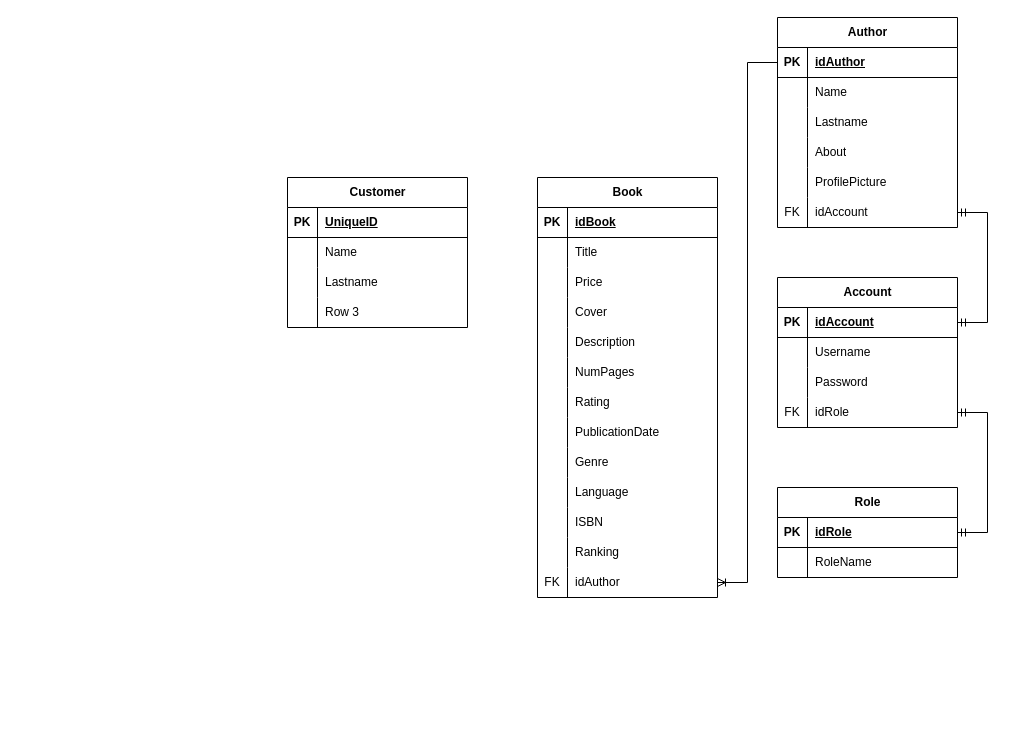
josueBarretogit/goApiBookstore keeps this draw.io diagram as docs/diagrams/bookStoreEntityRelation.drawio. Above is the earlier version. Source tidied: cells renumbered, new cells numbered last; positions are measured from the earlier drawing's top-left corner, leaving out a move shared by most shapes. Both pictures are drawn from the tidied source at 100%, with x=0, y=0 at pixel (287, 17).
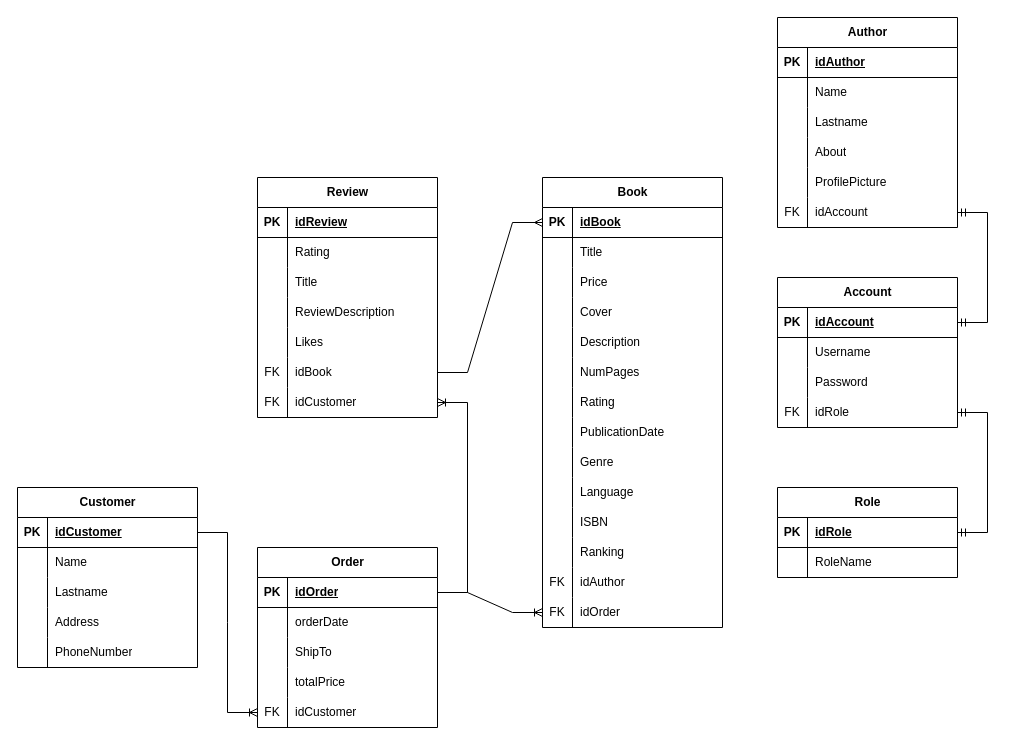
After the change.

Commit message:
Added tables order and review bookStoreEntityRelation.drawio

The change refers to these unchanged cells:
```xml
<mxCell id="3" style="shape=tableRow;horizontal=0;startSize=0;swimlaneHead=0;swimlaneBody=0;fillColor=none;points=[[0,0.5],[1,0.5]];portConstraint=eastwest;top=0;left=0;right=0;bottom=1;" parent="2" vertex="1">
  <mxGeometry y="30" width="180" height="30" as="geometry" />
</mxCell>
<mxCell id="39" style="shape=tableRow;horizontal=0;startSize=0;swimlaneHead=0;swimlaneBody=0;fillColor=none;points=[[0,0.5],[1,0.5]];portConstraint=eastwest;top=0;left=0;right=0;bottom=0;" parent="2" vertex="1">
  <mxGeometry y="390" width="180" height="30" as="geometry" />
</mxCell>
<mxCell id="56" style="shape=tableRow;horizontal=0;startSize=0;swimlaneHead=0;swimlaneBody=0;fillColor=none;points=[[0,0.5],[1,0.5]];portConstraint=eastwest;top=0;left=0;right=0;bottom=1;" parent="55" vertex="1">
  <mxGeometry y="30" width="180" height="30" as="geometry" />
</mxCell>
<mxCell id="85" style="shape=tableRow;horizontal=0;startSize=0;swimlaneHead=0;swimlaneBody=0;fillColor=none;points=[[0,0.5],[1,0.5]];portConstraint=eastwest;top=0;left=0;right=0;bottom=1;" parent="84" vertex="1">
  <mxGeometry y="30" width="180" height="30" as="geometry" />
</mxCell>
<mxCell id="94" style="shape=tableRow;horizontal=0;startSize=0;swimlaneHead=0;swimlaneBody=0;fillColor=none;top=0;left=0;right=0;bottom=0;" parent="84" vertex="1">
  <mxGeometry y="120" width="180" height="30" as="geometry" />
</mxCell>
```

What changed in the source:
```diff
@@
     <mxCell id="2" value="Book" style="shape=table;startSize=30;childLayout=tableLayout;rowLines=0;fontStyle=1;align=center;html=1;" parent="1" vertex="1">
-      <mxGeometry x="250" y="160" width="180" height="420" as="geometry" />
+      <mxGeometry x="255" y="160" width="180" height="450" as="geometry" />
     </mxCell>
@@
+    <mxCell id="97" style="shape=tableRow;horizontal=0;startSize=0;swimlaneHead=0;swimlaneBody=0;fillColor=none;points=[[0,0.5],[1,0.5]];portConstraint=eastwest;top=0;left=0;right=0;bottom=0;" parent="2" vertex="1">
+      <mxGeometry y="420" width="180" height="30" as="geometry" />
+    </mxCell>
+    <mxCell id="98" value="FK" style="shape=partialRectangle;fillColor=none;top=0;left=0;bottom=0;right=0;overflow=hidden;whiteSpace=wrap;html=1;" parent="97" vertex="1">
+      <mxGeometry width="30" height="30" as="geometry" />
+    </mxCell>
+    <mxCell id="99" value="idOrder" style="shape=partialRectangle;fillColor=none;top=0;left=0;bottom=0;right=0;align=left;spacingLeft=6;overflow=hidden;whiteSpace=wrap;html=1;" parent="97" vertex="1">
+      <mxGeometry x="30" width="150" height="30" as="geometry" />
+    </mxCell>
@@
-    <mxCell id="74" style="edgeStyle=entityRelationEdgeStyle;fontSize=12;html=1;endArrow=ERoneToMany;rounded=0;" parent="1" edge="1" source="56" target="39">
-      <mxGeometry relative="1" as="geometry" />
-    </mxCell>
@@
     <mxCell id="84" value="Customer" style="shape=table;startSize=30;childLayout=tableLayout;rowLines=0;fontStyle=1;align=center;html=1;" parent="1" vertex="1">
-      <mxGeometry y="160" width="180" height="150" as="geometry" />
+      <mxGeometry x="-270" y="470" width="180" height="180" as="geometry" />
     </mxCell>
@@
-    <mxCell id="87" value="UniqueID" style="shape=partialRectangle;fillColor=none;top=0;left=0;bottom=0;right=0;align=left;spacingLeft=6;fontStyle=5;overflow=hidden;whiteSpace=wrap;html=1;" parent="85" vertex="1">
+    <mxCell id="87" value="idCustomer" style="shape=partialRectangle;fillColor=none;top=0;left=0;bottom=0;right=0;align=left;spacingLeft=6;fontStyle=5;overflow=hidden;whiteSpace=wrap;html=1;" parent="85" vertex="1">
       <mxGeometry x="30" width="150" height="30" as="geometry" />
     </mxCell>
@@
-    <mxCell id="96" value="Row 3" style="shape=partialRectangle;fillColor=none;top=0;left=0;bottom=0;right=0;align=left;spacingLeft=6;overflow=hidden;whiteSpace=wrap;html=1;" parent="94" vertex="1">
+    <mxCell id="96" value="Address" style="shape=partialRectangle;fillColor=none;top=0;left=0;bottom=0;right=0;align=left;spacingLeft=6;overflow=hidden;whiteSpace=wrap;html=1;" parent="94" vertex="1">
       <mxGeometry x="30" width="150" height="30" as="geometry" />
     </mxCell>
+    <mxCell id="100" style="shape=tableRow;horizontal=0;startSize=0;swimlaneHead=0;swimlaneBody=0;fillColor=none;top=0;left=0;right=0;bottom=0;" parent="84" vertex="1">
+      <mxGeometry y="150" width="180" height="30" as="geometry" />
+    </mxCell>
+    <mxCell id="101" style="shape=partialRectangle;fillColor=none;top=0;left=0;bottom=0;right=0;overflow=hidden;whiteSpace=wrap;html=1;" parent="100" vertex="1">
+      <mxGeometry width="30" height="30" as="geometry" />
+    </mxCell>
+    <mxCell id="102" value="PhoneNumber" style="shape=partialRectangle;fillColor=none;top=0;left=0;bottom=0;right=0;align=left;spacingLeft=6;overflow=hidden;whiteSpace=wrap;html=1;" parent="100" vertex="1">
+      <mxGeometry x="30" width="150" height="30" as="geometry" />
+    </mxCell>
+    <mxCell id="103" value="Order" style="shape=table;startSize=30;childLayout=tableLayout;rowLines=0;fontStyle=1;align=center;html=1;" parent="1" vertex="1">
+      <mxGeometry x="-30" y="530" width="180" height="180" as="geometry" />
+    </mxCell>
+    <mxCell id="104" style="shape=tableRow;horizontal=0;startSize=0;swimlaneHead=0;swimlaneBody=0;fillColor=none;points=[[0,0.5],[1,0.5]];portConstraint=eastwest;top=0;left=0;right=0;bottom=1;" parent="103" vertex="1">
+      <mxGeometry y="30" width="180" height="30" as="geometry" />
+    </mxCell>
+    <mxCell id="105" value="PK" style="shape=partialRectangle;fillColor=none;top=0;left=0;bottom=0;right=0;fontStyle=1;overflow=hidden;whiteSpace=wrap;html=1;" parent="104" vertex="1">
+      <mxGeometry width="30" height="30" as="geometry" />
+    </mxCell>
+    <mxCell id="106" value="idOrder" style="shape=partialRectangle;fillColor=none;top=0;left=0;bottom=0;right=0;align=left;spacingLeft=6;fontStyle=5;overflow=hidden;whiteSpace=wrap;html=1;" parent="104" vertex="1">
+      <mxGeometry x="30" width="150" height="30" as="geometry" />
+    </mxCell>
+    <mxCell id="107" style="shape=tableRow;horizontal=0;startSize=0;swimlaneHead=0;swimlaneBody=0;fillColor=none;top=0;left=0;right=0;bottom=0;" parent="103" vertex="1">
+      <mxGeometry y="60" width="180" height="30" as="geometry" />
+    </mxCell>
+    <mxCell id="108" style="shape=partialRectangle;fillColor=none;top=0;left=0;bottom=0;right=0;overflow=hidden;whiteSpace=wrap;html=1;" parent="107" vertex="1">
+      <mxGeometry width="30" height="30" as="geometry" />
+    </mxCell>
+    <mxCell id="109" value="orderDate" style="shape=partialRectangle;fillColor=none;top=0;left=0;bottom=0;right=0;align=left;spacingLeft=6;overflow=hidden;whiteSpace=wrap;html=1;" parent="107" vertex="1">
+      <mxGeometry x="30" width="150" height="30" as="geometry" />
+    </mxCell>
+    <mxCell id="110" style="shape=tableRow;horizontal=0;startSize=0;swimlaneHead=0;swimlaneBody=0;fillColor=none;top=0;left=0;right=0;bottom=0;" parent="103" vertex="1">
+      <mxGeometry y="90" width="180" height="30" as="geometry" />
+    </mxCell>
+    <mxCell id="111" style="shape=partialRectangle;fillColor=none;top=0;left=0;bottom=0;right=0;overflow=hidden;whiteSpace=wrap;html=1;" parent="110" vertex="1">
+      <mxGeometry width="30" height="30" as="geometry" />
+    </mxCell>
+    <mxCell id="112" value="ShipTo" style="shape=partialRectangle;fillColor=none;top=0;left=0;bottom=0;right=0;align=left;spacingLeft=6;overflow=hidden;whiteSpace=wrap;html=1;" parent="110" vertex="1">
+      <mxGeometry x="30" width="150" height="30" as="geometry" />
+    </mxCell>
+    <mxCell id="113" style="shape=tableRow;horizontal=0;startSize=0;swimlaneHead=0;swimlaneBody=0;fillColor=none;top=0;left=0;right=0;bottom=0;" parent="103" vertex="1">
+      <mxGeometry y="120" width="180" height="30" as="geometry" />
+    </mxCell>
+    <mxCell id="114" style="shape=partialRectangle;fillColor=none;top=0;left=0;bottom=0;right=0;overflow=hidden;whiteSpace=wrap;html=1;" parent="113" vertex="1">
+      <mxGeometry width="30" height="30" as="geometry" />
+    </mxCell>
+    <mxCell id="115" value="totalPrice" style="shape=partialRectangle;fillColor=none;top=0;left=0;bottom=0;right=0;align=left;spacingLeft=6;overflow=hidden;whiteSpace=wrap;html=1;" parent="113" vertex="1">
+      <mxGeometry x="30" width="150" height="30" as="geometry" />
+    </mxCell>
+    <mxCell id="116" style="shape=tableRow;horizontal=0;startSize=0;swimlaneHead=0;swimlaneBody=0;fillColor=none;points=[[0,0.5],[1,0.5]];portConstraint=eastwest;top=0;left=0;right=0;bottom=0;" parent="103" vertex="1">
+      <mxGeometry y="150" width="180" height="30" as="geometry" />
+    </mxCell>
+    <mxCell id="117" value="FK" style="shape=partialRectangle;fillColor=none;top=0;left=0;bottom=0;right=0;overflow=hidden;whiteSpace=wrap;html=1;" parent="116" vertex="1">
+      <mxGeometry width="30" height="30" as="geometry" />
+    </mxCell>
+    <mxCell id="118" value="idCustomer" style="shape=partialRectangle;fillColor=none;top=0;left=0;bottom=0;right=0;align=left;spacingLeft=6;overflow=hidden;whiteSpace=wrap;html=1;" parent="116" vertex="1">
+      <mxGeometry x="30" width="150" height="30" as="geometry" />
+    </mxCell>
+    <mxCell id="119" value="Review" style="shape=table;startSize=30;childLayout=tableLayout;rowLines=0;fontStyle=1;align=center;html=1;" parent="1" vertex="1">
+      <mxGeometry x="-30" y="160" width="180" height="240" as="geometry" />
+    </mxCell>
+    <mxCell id="120" style="shape=tableRow;horizontal=0;startSize=0;swimlaneHead=0;swimlaneBody=0;fillColor=none;top=0;left=0;right=0;bottom=1;" parent="119" vertex="1">
+      <mxGeometry y="30" width="180" height="30" as="geometry" />
+    </mxCell>
+    <mxCell id="121" value="PK" style="shape=partialRectangle;fillColor=none;top=0;left=0;bottom=0;right=0;fontStyle=1;overflow=hidden;whiteSpace=wrap;html=1;" parent="120" vertex="1">
+      <mxGeometry width="30" height="30" as="geometry" />
+    </mxCell>
+    <mxCell id="122" value="idReview" style="shape=partialRectangle;fillColor=none;top=0;left=0;bottom=0;right=0;align=left;spacingLeft=6;fontStyle=5;overflow=hidden;whiteSpace=wrap;html=1;" parent="120" vertex="1">
+      <mxGeometry x="30" width="150" height="30" as="geometry" />
+    </mxCell>
+    <mxCell id="123" style="shape=tableRow;horizontal=0;startSize=0;swimlaneHead=0;swimlaneBody=0;fillColor=none;top=0;left=0;right=0;bottom=0;" parent="119" vertex="1">
+      <mxGeometry y="60" width="180" height="30" as="geometry" />
+    </mxCell>
+    <mxCell id="124" style="shape=partialRectangle;fillColor=none;top=0;left=0;bottom=0;right=0;overflow=hidden;whiteSpace=wrap;html=1;" parent="123" vertex="1">
+      <mxGeometry width="30" height="30" as="geometry" />
+    </mxCell>
+    <mxCell id="125" value="Rating" style="shape=partialRectangle;fillColor=none;top=0;left=0;bottom=0;right=0;align=left;spacingLeft=6;overflow=hidden;whiteSpace=wrap;html=1;" parent="123" vertex="1">
+      <mxGeometry x="30" width="150" height="30" as="geometry" />
+    </mxCell>
+    <mxCell id="126" style="shape=tableRow;horizontal=0;startSize=0;swimlaneHead=0;swimlaneBody=0;fillColor=none;top=0;left=0;right=0;bottom=0;" parent="119" vertex="1">
+      <mxGeometry y="90" width="180" height="30" as="geometry" />
+    </mxCell>
+    <mxCell id="127" style="shape=partialRectangle;fillColor=none;top=0;left=0;bottom=0;right=0;overflow=hidden;whiteSpace=wrap;html=1;" parent="126" vertex="1">
+      <mxGeometry width="30" height="30" as="geometry" />
+    </mxCell>
+    <mxCell id="128" value="Title" style="shape=partialRectangle;fillColor=none;top=0;left=0;bottom=0;right=0;align=left;spacingLeft=6;overflow=hidden;whiteSpace=wrap;html=1;" parent="126" vertex="1">
+      <mxGeometry x="30" width="150" height="30" as="geometry" />
+    </mxCell>
+    <mxCell id="129" style="shape=tableRow;horizontal=0;startSize=0;swimlaneHead=0;swimlaneBody=0;fillColor=none;top=0;left=0;right=0;bottom=0;" parent="119" vertex="1">
+      <mxGeometry y="120" width="180" height="30" as="geometry" />
+    </mxCell>
+    <mxCell id="130" style="shape=partialRectangle;fillColor=none;top=0;left=0;bottom=0;right=0;overflow=hidden;whiteSpace=wrap;html=1;" parent="129" vertex="1">
+      <mxGeometry width="30" height="30" as="geometry" />
+    </mxCell>
+    <mxCell id="131" value="ReviewDescription" style="shape=partialRectangle;fillColor=none;top=0;left=0;bottom=0;right=0;align=left;spacingLeft=6;overflow=hidden;whiteSpace=wrap;html=1;" parent="129" vertex="1">
+      <mxGeometry x="30" width="150" height="30" as="geometry" />
+    </mxCell>
+    <mxCell id="132" style="shape=tableRow;horizontal=0;startSize=0;swimlaneHead=0;swimlaneBody=0;fillColor=none;top=0;left=0;right=0;bottom=0;" parent="119" vertex="1">
+      <mxGeometry y="150" width="180" height="30" as="geometry" />
+    </mxCell>
+    <mxCell id="133" style="shape=partialRectangle;fillColor=none;top=0;left=0;bottom=0;right=0;overflow=hidden;whiteSpace=wrap;html=1;" parent="132" vertex="1">
+      <mxGeometry width="30" height="30" as="geometry" />
+    </mxCell>
+    <mxCell id="134" value="Likes" style="shape=partialRectangle;fillColor=none;top=0;left=0;bottom=0;right=0;align=left;spacingLeft=6;overflow=hidden;whiteSpace=wrap;html=1;" parent="132" vertex="1">
+      <mxGeometry x="30" width="150" height="30" as="geometry" />
+    </mxCell>
+    <mxCell id="135" style="shape=tableRow;horizontal=0;startSize=0;swimlaneHead=0;swimlaneBody=0;fillColor=none;points=[[0,0.5],[1,0.5]];portConstraint=eastwest;top=0;left=0;right=0;bottom=0;" parent="119" vertex="1">
+      <mxGeometry y="180" width="180" height="30" as="geometry" />
+    </mxCell>
+    <mxCell id="136" value="FK" style="shape=partialRectangle;fillColor=none;top=0;left=0;bottom=0;right=0;overflow=hidden;whiteSpace=wrap;html=1;" parent="135" vertex="1">
+      <mxGeometry width="30" height="30" as="geometry" />
+    </mxCell>
+    <mxCell id="137" value="idBook" style="shape=partialRectangle;fillColor=none;top=0;left=0;bottom=0;right=0;align=left;spacingLeft=6;overflow=hidden;whiteSpace=wrap;html=1;" parent="135" vertex="1">
+      <mxGeometry x="30" width="150" height="30" as="geometry" />
+    </mxCell>
+    <mxCell id="138" style="shape=tableRow;horizontal=0;startSize=0;swimlaneHead=0;swimlaneBody=0;fillColor=none;points=[[0,0.5],[1,0.5]];portConstraint=eastwest;top=0;left=0;right=0;bottom=0;" parent="119" vertex="1">
+      <mxGeometry y="210" width="180" height="30" as="geometry" />
+    </mxCell>
+    <mxCell id="139" value="FK" style="shape=partialRectangle;fillColor=none;top=0;left=0;bottom=0;right=0;overflow=hidden;whiteSpace=wrap;html=1;" parent="138" vertex="1">
+      <mxGeometry width="30" height="30" as="geometry" />
+    </mxCell>
+    <mxCell id="140" value="idCustomer" style="shape=partialRectangle;fillColor=none;top=0;left=0;bottom=0;right=0;align=left;spacingLeft=6;overflow=hidden;whiteSpace=wrap;html=1;" parent="138" vertex="1">
+      <mxGeometry x="30" width="150" height="30" as="geometry" />
+    </mxCell>
+    <mxCell id="141" style="edgeStyle=entityRelationEdgeStyle;fontSize=12;html=1;endArrow=ERoneToMany;rounded=0;" parent="1" edge="1" source="85" target="116">
+      <mxGeometry relative="1" as="geometry" />
+    </mxCell>
+    <mxCell id="142" style="edgeStyle=entityRelationEdgeStyle;fontSize=12;html=1;endArrow=ERmany;rounded=0;" parent="1" edge="1" source="135" target="3">
+      <mxGeometry relative="1" as="geometry" />
+    </mxCell>
+    <mxCell id="143" style="edgeStyle=entityRelationEdgeStyle;fontSize=12;html=1;endArrow=ERoneToMany;rounded=0;" parent="1" edge="1" source="104" target="138">
+      <mxGeometry relative="1" as="geometry" />
+    </mxCell>
+    <mxCell id="144" style="edgeStyle=entityRelationEdgeStyle;fontSize=12;html=1;endArrow=ERoneToMany;rounded=0;" parent="1" edge="1" source="104" target="97">
+      <mxGeometry relative="1" as="geometry" />
+    </mxCell>
```
